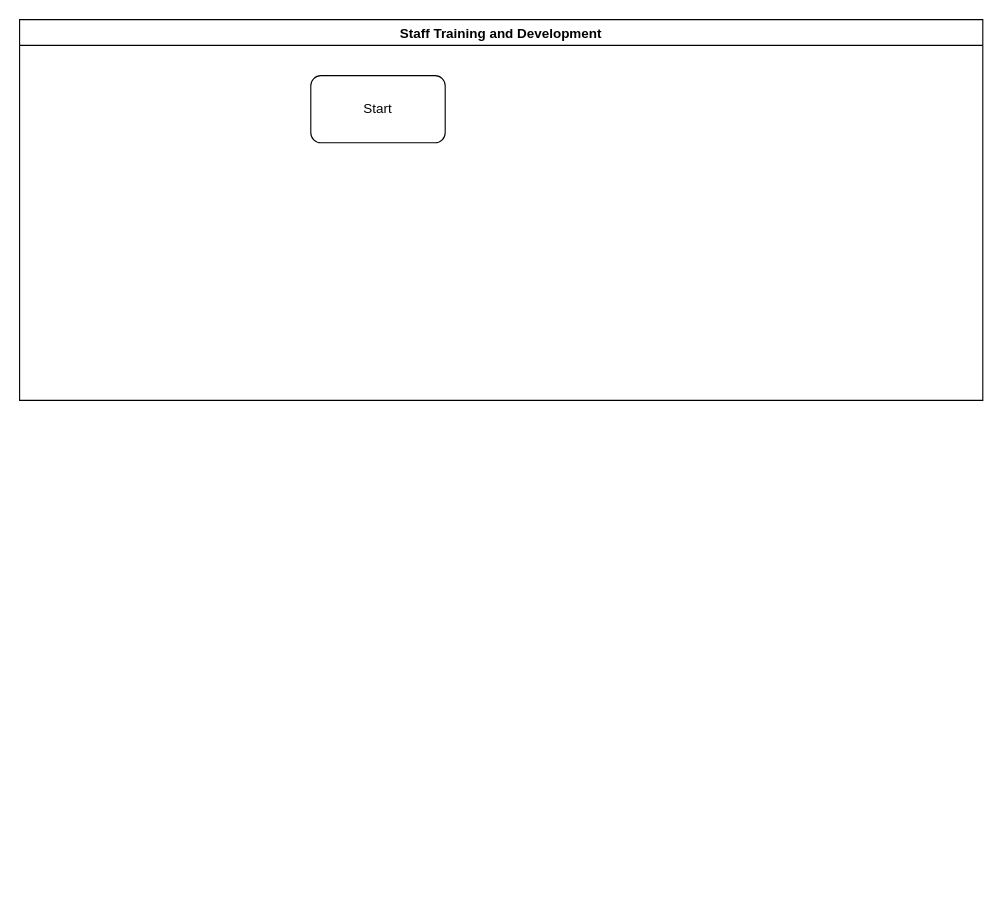
Before: TPF-HR- Staff Training and Development.drawio in kmagua/flowcharts, a draw.io diagram. Source tidied: cells renumbered, new cells numbered last; positions are measured from the earlier drawing's top-left corner, leaving out a move shared by most shapes. Both pictures are drawn from the tidied source at 112%, with x=0, y=0 at pixel (19, 19).
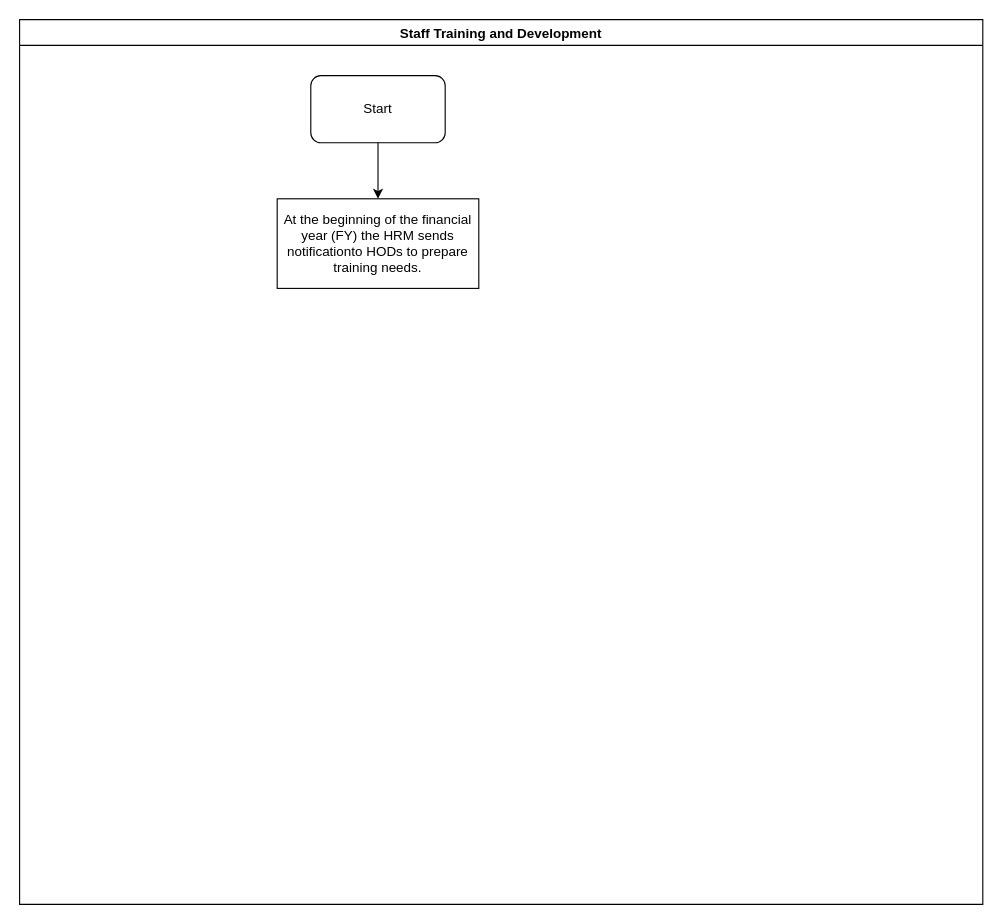
The same page after the edit.

What changed in the source:
```diff
@@
 <mxGraphModel>
   <root>
     <mxCell id="0" />
     <mxCell id="1" parent="0" />
     <mxCell id="2" value="Staff Training and Development " style="swimlane;" parent="1" vertex="1">
-      <mxGeometry width="860" height="340" as="geometry" />
+      <mxGeometry width="860" height="790" as="geometry" />
     </mxCell>
     <mxCell id="3" value="Start" style="rounded=1;whiteSpace=wrap;html=1;" parent="2" vertex="1">
       <mxGeometry x="260" y="50" width="120" height="60" as="geometry" />
     </mxCell>
+    <mxCell id="4" value="&lt;span lang=&quot;EN-GB&quot;&gt;At the beginning of the financial year (FY) the HRM sends notificationto HODs to &lt;span&gt;prepare&lt;/span&gt; training needs.&lt;/span&gt;" style="rounded=0;whiteSpace=wrap;html=1;" parent="2" vertex="1">
+      <mxGeometry x="230" y="160" width="180" height="80" as="geometry" />
+    </mxCell>
+    <mxCell id="5" style="edgeStyle=orthogonalEdgeStyle;rounded=0;jettySize=auto;html=1;" parent="2" edge="1" source="3" target="4">
+      <mxGeometry relative="1" as="geometry" />
+    </mxCell>
   </root>
 </mxGraphModel>
```
